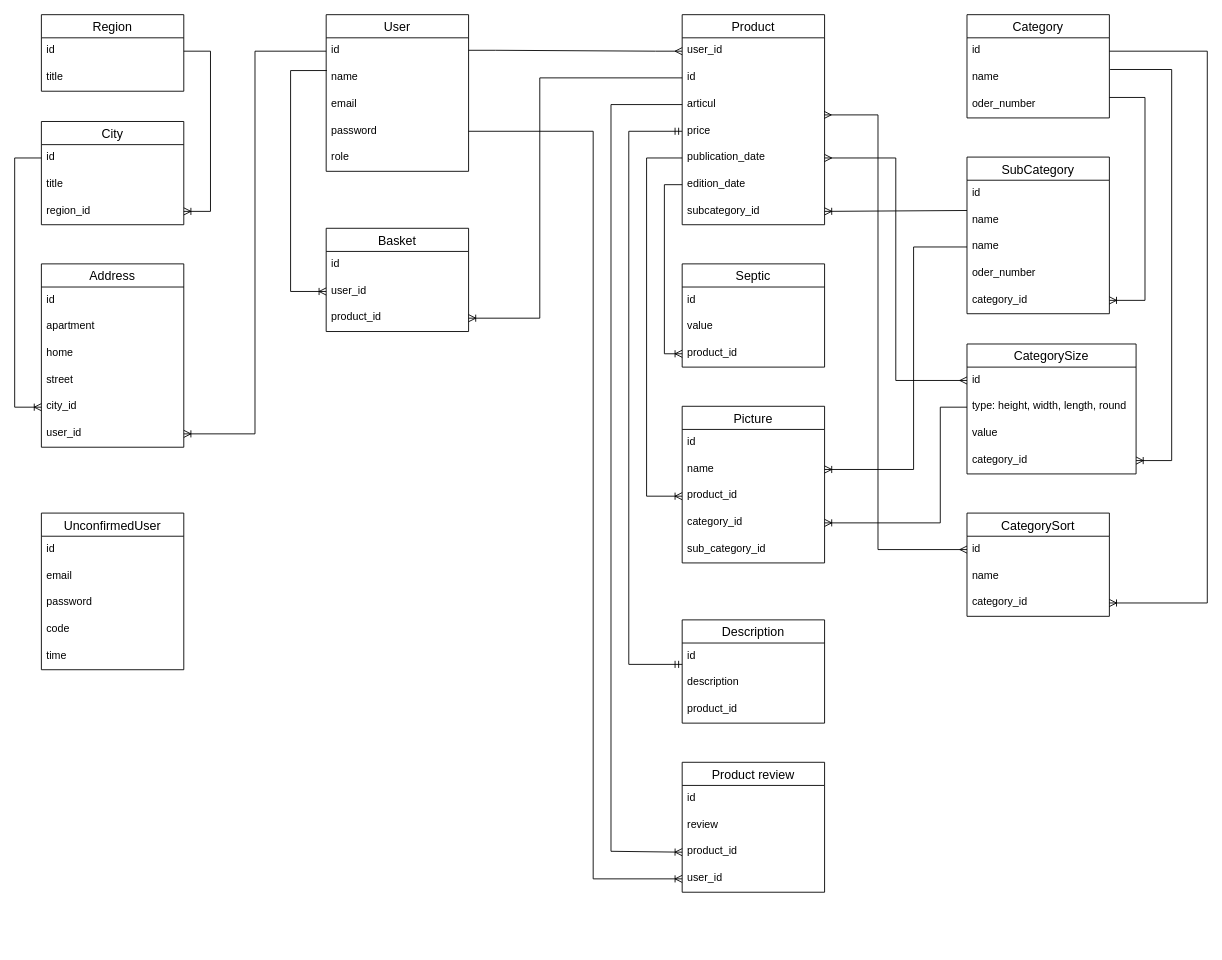
Before: lesopilka.drawio in alexeyk500/lesopilka_backend, a draw.io diagram. Source tidied: cells renumbered, new cells numbered last; positions are measured from the earlier drawing's top-left corner, leaving out a move shared by most shapes. Both pictures are drawn from the tidied source at 89%, with x=0, y=0 at pixel (14, 14).
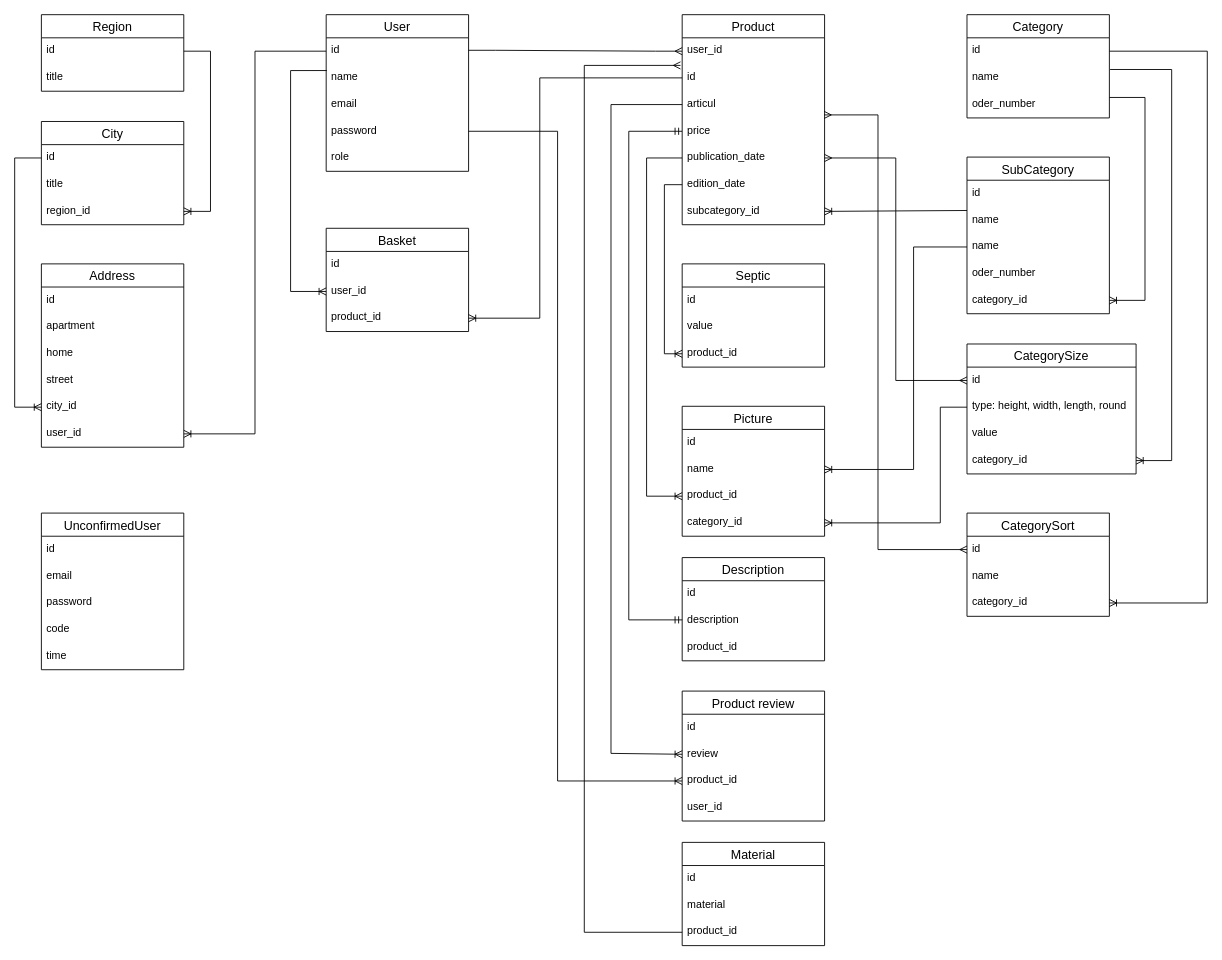
After the change.

Unchanged cells that the change refers to:
```xml
<mxCell id="20" value="password" style="text;strokeColor=none;fillColor=none;spacingLeft=4;spacingRight=4;overflow=hidden;points=[[0,0.5],[1,0.5]];portConstraint=eastwest;fontSize=12;" parent="16" vertex="1">
  <mxGeometry y="116" width="160" height="30" as="geometry" />
</mxCell>
<mxCell id="30" value="id" style="text;strokeColor=none;fillColor=none;spacingLeft=4;spacingRight=4;overflow=hidden;points=[[0,0.5],[1,0.5]];portConstraint=eastwest;fontSize=12;" parent="28" vertex="1">
  <mxGeometry y="56" width="160" height="30" as="geometry" />
</mxCell>
<mxCell id="31" value="articul" style="text;strokeColor=none;fillColor=none;spacingLeft=4;spacingRight=4;overflow=hidden;points=[[0,0.5],[1,0.5]];portConstraint=eastwest;fontSize=12;" parent="28" vertex="1">
  <mxGeometry y="86" width="160" height="30" as="geometry" />
</mxCell>
<mxCell id="32" value="price" style="text;strokeColor=none;fillColor=none;spacingLeft=4;spacingRight=4;overflow=hidden;points=[[0,0.5],[1,0.5]];portConstraint=eastwest;fontSize=12;" parent="28" vertex="1">
  <mxGeometry y="116" width="160" height="30" as="geometry" />
</mxCell>
<mxCell id="51" value="description" style="text;strokeColor=none;fillColor=none;spacingLeft=4;spacingRight=4;overflow=hidden;points=[[0,0.5],[1,0.5]];portConstraint=eastwest;fontSize=12;" parent="49" vertex="1">
  <mxGeometry y="56" width="160" height="30" as="geometry" />
</mxCell>
<mxCell id="55" value="review" style="text;strokeColor=none;fillColor=none;spacingLeft=4;spacingRight=4;overflow=hidden;points=[[0,0.5],[1,0.5]];portConstraint=eastwest;fontSize=12;" parent="53" vertex="1">
  <mxGeometry y="56" width="160" height="30" as="geometry" />
</mxCell>
<mxCell id="56" value="product_id" style="text;strokeColor=none;fillColor=none;spacingLeft=4;spacingRight=4;overflow=hidden;points=[[0,0.5],[1,0.5]];portConstraint=eastwest;fontSize=12;" parent="53" vertex="1">
  <mxGeometry y="86" width="160" height="30" as="geometry" />
</mxCell>
<mxCell id="57" value="user_id" style="text;strokeColor=none;fillColor=none;spacingLeft=4;spacingRight=4;overflow=hidden;points=[[0,0.5],[1,0.5]];portConstraint=eastwest;fontSize=12;" parent="53" vertex="1">
  <mxGeometry y="116" width="160" height="30" as="geometry" />
</mxCell>
```

Diff of the diagram source:
```diff
@@
     <mxCell id="49" value="Description" style="swimlane;fontStyle=0;horizontal=1;startSize=26;align=center;fontSize=14;" parent="1" vertex="1">
-      <mxGeometry x="750" y="680" width="160" height="116" as="geometry" />
+      <mxGeometry x="750" y="610" width="160" height="116" as="geometry" />
     </mxCell>
@@
     <mxCell id="53" value="Product review" style="swimlane;fontStyle=0;horizontal=1;startSize=26;align=center;fontSize=14;" parent="1" vertex="1">
-      <mxGeometry x="750" y="840" width="160" height="146" as="geometry" />
+      <mxGeometry x="750" y="760" width="160" height="146" as="geometry" />
     </mxCell>
@@
-    <mxCell id="58" style="edgeStyle=orthogonalEdgeStyle;fontSize=12;html=1;endArrow=ERoneToMany;rounded=0;fontFamily=Helvetica;fontColor=default;entryX=0;entryY=0.5;entryDx=0;entryDy=0;" parent="1" edge="1" source="31" target="56">
+    <mxCell id="58" style="edgeStyle=orthogonalEdgeStyle;fontSize=12;html=1;endArrow=ERoneToMany;rounded=0;fontFamily=Helvetica;fontColor=default;entryX=0;entryY=0.5;entryDx=0;entryDy=0;" parent="1" edge="1" source="31" target="55">
       <mxGeometry relative="1" as="geometry">
         <Array as="points">
           <mxPoint x="670" y="101" />
-          <mxPoint x="670" y="940" />
-          <mxPoint x="750" y="940" />
+          <mxPoint x="670" y="830" />
         </Array>
       </mxGeometry>
     </mxCell>
     <mxCell id="59" value="Picture" style="swimlane;fontStyle=0;horizontal=1;startSize=26;align=center;fontSize=14;" parent="1" vertex="1">
-      <mxGeometry x="750" y="440" width="160" height="176" as="geometry" />
+      <mxGeometry x="750" y="440" width="160" height="146" as="geometry" />
     </mxCell>
@@
-    <mxCell id="64" value="sub_category_id" style="text;strokeColor=none;fillColor=none;spacingLeft=4;spacingRight=4;overflow=hidden;fontSize=12;" parent="59" vertex="1">
-      <mxGeometry y="146" width="160" height="30" as="geometry" />
-    </mxCell>
@@
-    <mxCell id="66" style="edgeStyle=orthogonalEdgeStyle;fontSize=12;html=1;endArrow=ERoneToMany;rounded=0;fontFamily=Helvetica;fontColor=default;exitX=1;exitY=0.5;exitDx=0;exitDy=0;entryX=0;entryY=0.5;entryDx=0;entryDy=0;" parent="1" edge="1" source="20" target="57">
+    <mxCell id="66" style="edgeStyle=orthogonalEdgeStyle;fontSize=12;html=1;endArrow=ERoneToMany;rounded=0;fontFamily=Helvetica;fontColor=default;exitX=1;exitY=0.5;exitDx=0;exitDy=0;" parent="1" edge="1" source="20">
       <mxGeometry relative="1" as="geometry">
+        <mxPoint x="750" y="861" as="targetPoint" />
         <Array as="points">
-          <mxPoint x="650" y="131" />
-          <mxPoint x="650" y="971" />
+          <mxPoint x="610" y="131" />
+          <mxPoint x="610" y="861" />
         </Array>
       </mxGeometry>
     </mxCell>
@@
-    <mxCell id="88" style="edgeStyle=orthogonalEdgeStyle;fontSize=12;html=1;endArrow=ERmandOne;startArrow=ERmandOne;rounded=0;fontFamily=Helvetica;fontColor=default;entryX=0;entryY=0.5;entryDx=0;entryDy=0;" parent="1" edge="1" target="32">
+    <mxCell id="88" style="edgeStyle=orthogonalEdgeStyle;fontSize=12;html=1;endArrow=ERmandOne;startArrow=ERmandOne;rounded=0;fontFamily=Helvetica;fontColor=default;entryX=0;entryY=0.5;entryDx=0;entryDy=0;" parent="1" edge="1" source="51" target="32">
       <mxGeometry relative="1" as="geometry">
-        <mxPoint x="750" y="730" as="sourcePoint" />
         <Array as="points">
-          <mxPoint x="690" y="730" />
+          <mxPoint x="690" y="680" />
           <mxPoint x="690" y="131" />
         </Array>
       </mxGeometry>
     </mxCell>
@@
+    <mxCell id="97" value="Material" style="swimlane;fontStyle=0;horizontal=1;startSize=26;align=center;fontSize=14;" parent="1" vertex="1">
+      <mxGeometry x="750" y="930" width="160" height="116" as="geometry" />
+    </mxCell>
+    <mxCell id="98" value="id" style="text;strokeColor=none;fillColor=none;spacingLeft=4;spacingRight=4;overflow=hidden;fontSize=12;" parent="97" vertex="1">
+      <mxGeometry y="26" width="160" height="30" as="geometry" />
+    </mxCell>
+    <mxCell id="99" value="material" style="text;strokeColor=none;fillColor=none;spacingLeft=4;spacingRight=4;overflow=hidden;fontSize=12;" parent="97" vertex="1">
+      <mxGeometry y="56" width="160" height="30" as="geometry" />
+    </mxCell>
+    <mxCell id="100" value="product_id" style="text;strokeColor=none;fillColor=none;spacingLeft=4;spacingRight=4;overflow=hidden;points=[[0,0.5],[1,0.5]];portConstraint=eastwest;fontSize=12;" parent="97" vertex="1">
+      <mxGeometry y="86" width="160" height="30" as="geometry" />
+    </mxCell>
+    <mxCell id="101" style="edgeStyle=orthogonalEdgeStyle;fontSize=12;html=1;endArrow=ERmany;rounded=0;fontFamily=Helvetica;fontColor=default;entryX=-0.012;entryY=0.033;entryDx=0;entryDy=0;entryPerimeter=0;exitX=0;exitY=0.5;exitDx=0;exitDy=0;" parent="1" edge="1" source="100" target="30">
+      <mxGeometry relative="1" as="geometry">
+        <Array as="points">
+          <mxPoint x="640" y="1031" />
+          <mxPoint x="640" y="57" />
+        </Array>
+      </mxGeometry>
+    </mxCell>
```
